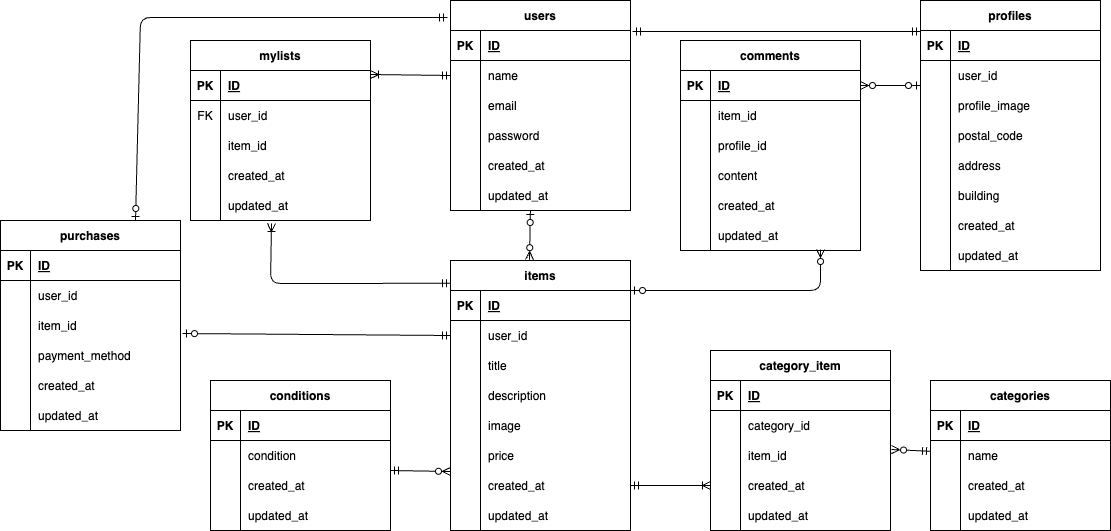
Before: marketplace-app.drawio.png, a diagram exported from draw.io (saaya0401/marketplace-app). Source tidied: cells renumbered, new cells last; positions are measured from the earlier drawing's top-left corner, leaving out a move shared by most shapes.
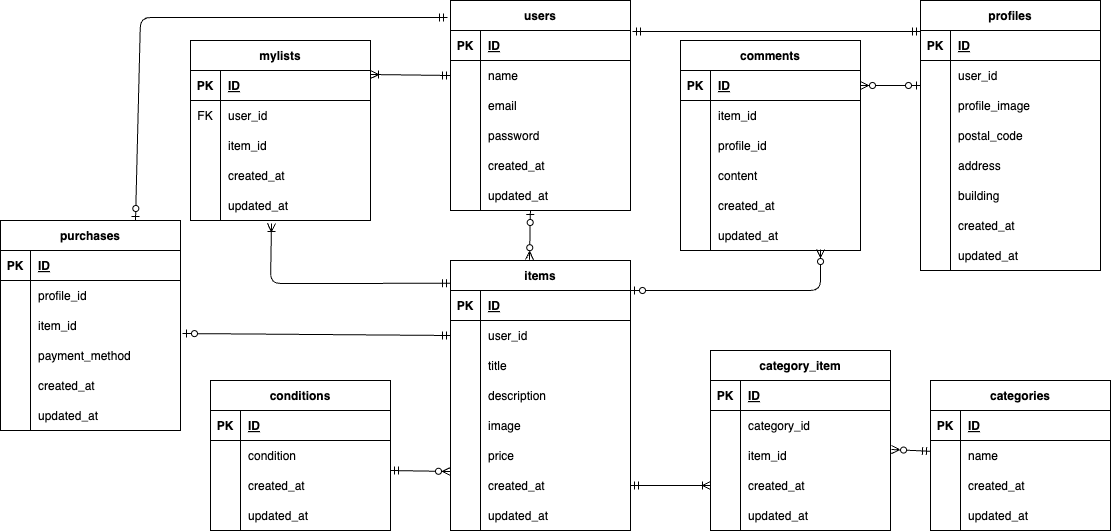
The same file after the commit.

Change to the diagram source:
```diff
@@ -419,7 +419,7 @@
     <mxCell id="140" style="shape=partialRectangle;fillColor=none;top=0;left=0;bottom=0;right=0;overflow=hidden;" parent="139" vertex="1">
       <mxGeometry width="30" height="30" as="geometry" />
     </mxCell>
-    <mxCell id="141" value="user_id" style="shape=partialRectangle;fillColor=none;top=0;left=0;bottom=0;right=0;align=left;spacingLeft=6;overflow=hidden;" parent="139" vertex="1">
+    <mxCell id="141" value="profile_id" style="shape=partialRectangle;fillColor=none;top=0;left=0;bottom=0;right=0;align=left;spacingLeft=6;overflow=hidden;" parent="139" vertex="1">
       <mxGeometry x="30" width="150" height="30" as="geometry" />
     </mxCell>
     <mxCell id="142" style="shape=tableRow;horizontal=0;startSize=0;swimlaneHead=0;swimlaneBody=0;fillColor=none;points=[[0,0.5],[1,0.5]];portConstraint=eastwest;top=0;left=0;right=0;bottom=0;" parent="135" vertex="1">
```
